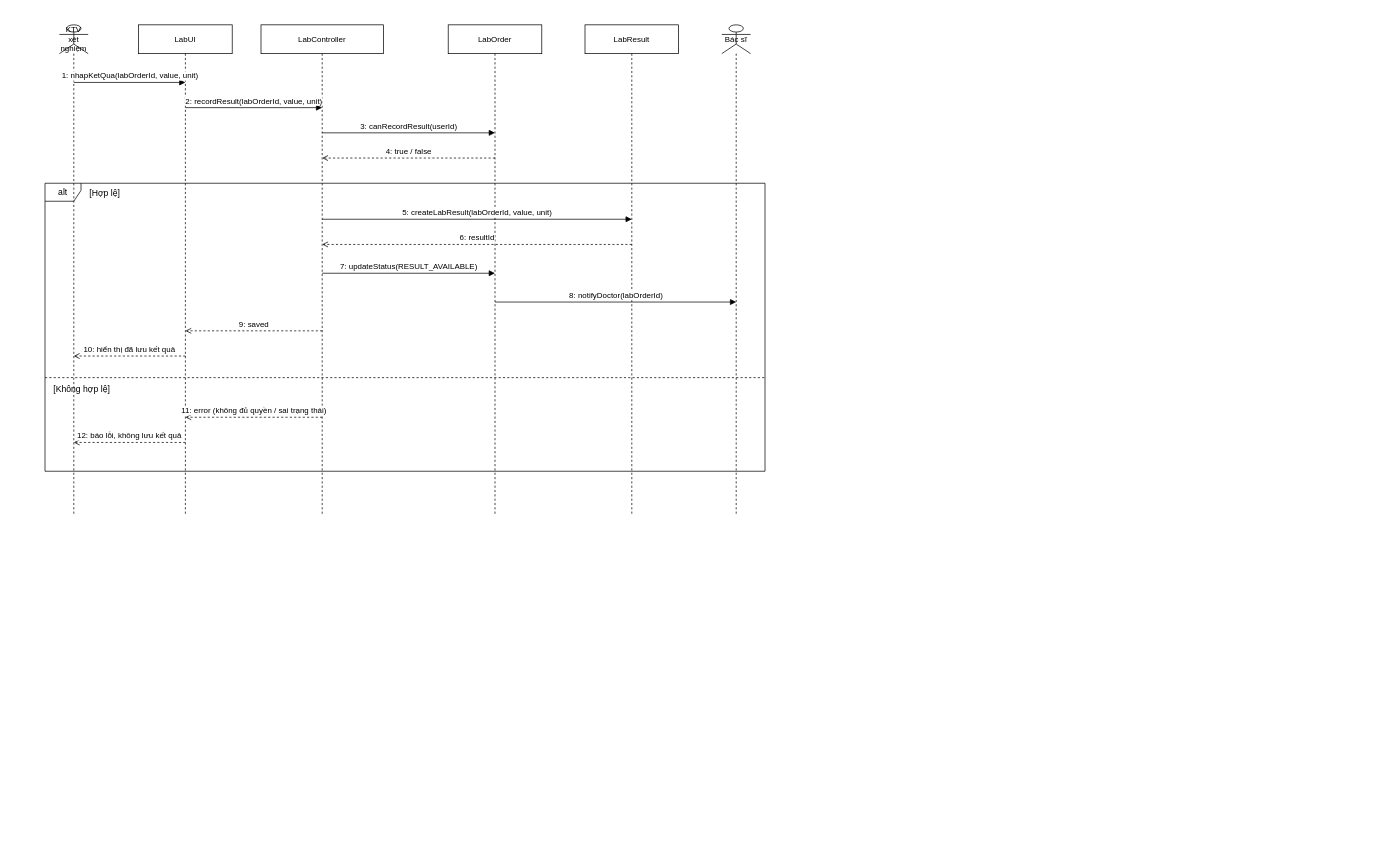
The draw.io diagram 04-TuanTu/SD_NhapKetQua.drawio in YiTang-159/DAPTTKHDT, before the edit. Source tidied: cells renumbered, new cells numbered last; positions are measured from the earlier drawing's top-left corner, leaving out a move shared by most shapes. Both pictures are drawn from the tidied source at 72%, with x=0, y=0 at pixel (45, 24).
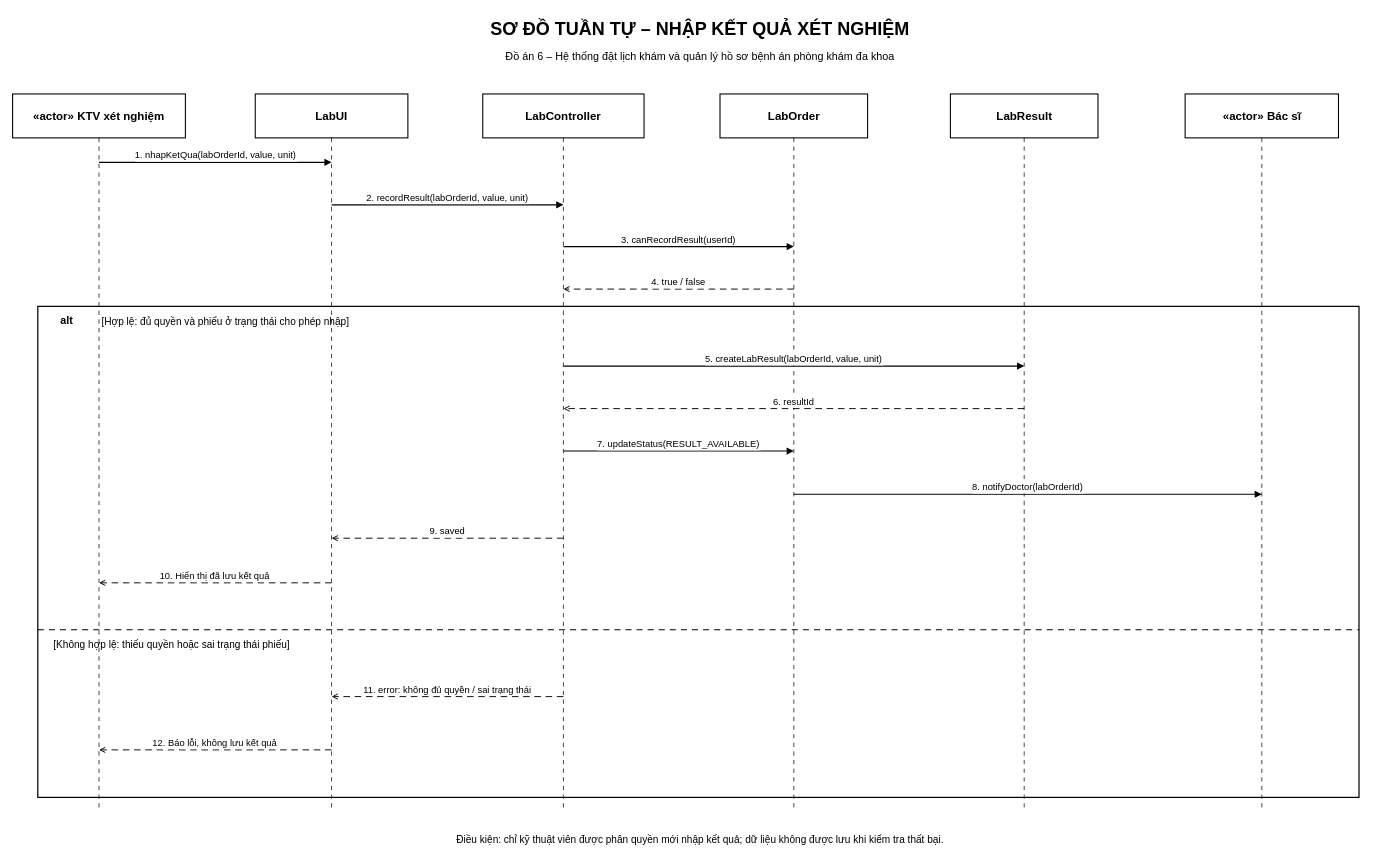
Above is the later version.

Change to the diagram source:
```diff
@@
-<mxGraphModel>
+<mxGraphModel background="#FFFFFF">
@@
-    <mxCell id="2" value="KTV xét nghiệm" style="shape=umlLifeline;perimeter=lifelinePerimeter;whiteSpace=wrap;html=1;size=40;fontSize=11;participant=umlActor;" parent="1" vertex="1">
-      <mxGeometry x="20" width="40" height="680" as="geometry" />
-    </mxCell>
+    <mxCell id="24" value="SƠ ĐỒ TUẦN TỰ – NHẬP KẾT QUẢ XÉT NGHIỆM" style="text;whiteSpace=wrap;html=0;align=center;verticalAlign=middle;strokeColor=none;fillColor=none;fontColor=#000000;fontFamily=Arial;fontSize=25;fontStyle=1;" parent="1" vertex="1">
+      <mxGeometry x="240" y="-17" width="1340" height="44" as="geometry" />
+    </mxCell>
+    <mxCell id="25" value="Đồ án 6 – Hệ thống đặt lịch khám và quản lý hồ sơ bệnh án phòng khám đa khoa" style="text;whiteSpace=wrap;html=0;align=center;verticalAlign=middle;strokeColor=none;fillColor=none;fontColor=#000000;fontFamily=Arial;fontSize=15;" parent="1" vertex="1">
+      <mxGeometry x="280" y="29" width="1260" height="28" as="geometry" />
+    </mxCell>
+    <mxCell id="26" style="rounded=0;html=0;fillColor=none;strokeColor=#000000;strokeWidth=1.7;" parent="1" vertex="1">
+      <mxGeometry x="-10" y="391" width="1835" height="682" as="geometry" />
+    </mxCell>
+    <mxCell id="8" value="alt" style="text;html=0;align=center;verticalAlign=middle;fontColor=#000000;fontFamily=Arial;fontSize=15;fontStyle=1;strokeColor=none;fillColor=#FFFFFF;" parent="1" vertex="1">
+      <mxGeometry x="-2" y="395" width="65" height="29" as="geometry" />
+    </mxCell>
+    <mxCell id="27" value="[Hợp lệ: đủ quyền và phiếu ở trạng thái cho phép nhập]" style="text;html=0;align=left;verticalAlign=middle;fontColor=#000000;fontFamily=Arial;fontSize=14;strokeColor=none;fillColor=none;" parent="1" vertex="1">
+      <mxGeometry x="77" y="398" width="770" height="28" as="geometry" />
+    </mxCell>
+    <mxCell id="28" style="endArrow=none;dashed=1;dashPattern=6 5;html=0;strokeColor=#000000;strokeWidth=1.4;" parent="1" edge="1">
+      <mxGeometry relative="1" as="geometry">
+        <mxPoint x="-10" y="840" as="sourcePoint" />
+        <mxPoint x="1825" y="840" as="targetPoint" />
+      </mxGeometry>
+    </mxCell>
+    <mxCell id="29" value="[Không hợp lệ: thiếu quyền hoặc sai trạng thái phiếu]" style="text;html=0;align=left;verticalAlign=middle;fontColor=#000000;fontFamily=Arial;fontSize=14;strokeColor=none;fillColor=none;" parent="1" vertex="1">
+      <mxGeometry x="10" y="846" width="770" height="28" as="geometry" />
+    </mxCell>
+    <mxCell id="30" value="«actor» KTV xét nghiệm" style="rounded=0;whiteSpace=wrap;html=0;align=center;verticalAlign=middle;fontFamily=Arial;fontSize=16;fontStyle=1;fontColor=#000000;fillColor=#FFFFFF;strokeColor=#000000;strokeWidth=1.5;" parent="1" vertex="1">
+      <mxGeometry x="-45" y="96" width="240" height="61" as="geometry" />
+    </mxCell>
+    <mxCell id="31" style="endArrow=none;dashed=1;dashPattern=6 6;html=0;strokeColor=#000000;strokeWidth=1;" parent="1" edge="1">
+      <mxGeometry relative="1" as="geometry">
+        <mxPoint x="75" y="157" as="sourcePoint" />
+        <mxPoint x="75" y="1091" as="targetPoint" />
+      </mxGeometry>
+    </mxCell>
-    <mxCell id="3" value="LabUI" style="shape=umlLifeline;perimeter=lifelinePerimeter;whiteSpace=wrap;html=1;size=40;fontSize=11;" parent="1" vertex="1">
-      <mxGeometry x="130" width="130" height="680" as="geometry" />
+    <mxCell id="3" value="LabUI" style="rounded=0;whiteSpace=wrap;html=0;align=center;verticalAlign=middle;fontFamily=Arial;fontSize=16;fontStyle=1;fontColor=#000000;fillColor=#FFFFFF;strokeColor=#000000;strokeWidth=1.5;" parent="1" vertex="1">
+      <mxGeometry x="292" y="96" width="212" height="61" as="geometry" />
     </mxCell>
+    <mxCell id="32" style="endArrow=none;dashed=1;dashPattern=6 6;html=0;strokeColor=#000000;strokeWidth=1;" parent="1" edge="1">
+      <mxGeometry relative="1" as="geometry">
+        <mxPoint x="398" y="157" as="sourcePoint" />
+        <mxPoint x="398" y="1091" as="targetPoint" />
+      </mxGeometry>
+    </mxCell>
-    <mxCell id="4" value="LabController" style="shape=umlLifeline;perimeter=lifelinePerimeter;whiteSpace=wrap;html=1;size=40;fontSize=11;" parent="1" vertex="1">
-      <mxGeometry x="300" width="170" height="680" as="geometry" />
+    <mxCell id="4" value="LabController" style="rounded=0;whiteSpace=wrap;html=0;align=center;verticalAlign=middle;fontFamily=Arial;fontSize=16;fontStyle=1;fontColor=#000000;fillColor=#FFFFFF;strokeColor=#000000;strokeWidth=1.5;" parent="1" vertex="1">
+      <mxGeometry x="608" y="96" width="224" height="61" as="geometry" />
     </mxCell>
+    <mxCell id="33" style="endArrow=none;dashed=1;dashPattern=6 6;html=0;strokeColor=#000000;strokeWidth=1;" parent="1" edge="1">
+      <mxGeometry relative="1" as="geometry">
+        <mxPoint x="720" y="157" as="sourcePoint" />
+        <mxPoint x="720" y="1091" as="targetPoint" />
+      </mxGeometry>
+    </mxCell>
-    <mxCell id="5" value="LabOrder" style="shape=umlLifeline;perimeter=lifelinePerimeter;whiteSpace=wrap;html=1;size=40;fontSize=11;" parent="1" vertex="1">
-      <mxGeometry x="560" width="130" height="680" as="geometry" />
+    <mxCell id="5" value="LabOrder" style="rounded=0;whiteSpace=wrap;html=0;align=center;verticalAlign=middle;fontFamily=Arial;fontSize=16;fontStyle=1;fontColor=#000000;fillColor=#FFFFFF;strokeColor=#000000;strokeWidth=1.5;" parent="1" vertex="1">
+      <mxGeometry x="937.5" y="96" width="205" height="61" as="geometry" />
     </mxCell>
+    <mxCell id="34" style="endArrow=none;dashed=1;dashPattern=6 6;html=0;strokeColor=#000000;strokeWidth=1;" parent="1" edge="1">
+      <mxGeometry relative="1" as="geometry">
+        <mxPoint x="1040" y="157" as="sourcePoint" />
+        <mxPoint x="1040" y="1091" as="targetPoint" />
+      </mxGeometry>
+    </mxCell>
-    <mxCell id="6" value="LabResult" style="shape=umlLifeline;perimeter=lifelinePerimeter;whiteSpace=wrap;html=1;size=40;fontSize=11;" parent="1" vertex="1">
-      <mxGeometry x="750" width="130" height="680" as="geometry" />
+    <mxCell id="6" value="LabResult" style="rounded=0;whiteSpace=wrap;html=0;align=center;verticalAlign=middle;fontFamily=Arial;fontSize=16;fontStyle=1;fontColor=#000000;fillColor=#FFFFFF;strokeColor=#000000;strokeWidth=1.5;" parent="1" vertex="1">
+      <mxGeometry x="1257.5" y="96" width="205" height="61" as="geometry" />
     </mxCell>
-    <mxCell id="7" value="Bác sĩ" style="shape=umlLifeline;perimeter=lifelinePerimeter;whiteSpace=wrap;html=1;size=40;fontSize=11;participant=umlActor;" parent="1" vertex="1">
-      <mxGeometry x="940" width="40" height="680" as="geometry" />
-    </mxCell>
-    <mxCell id="8" value="alt" style="shape=umlFrame;whiteSpace=wrap;html=1;width=50;height=25;fillColor=none;" parent="1" vertex="1">
-      <mxGeometry y="220" width="1000" height="400" as="geometry" />
-    </mxCell>
-    <mxCell id="9" value="[Hợp lệ]" style="text;html=1;align=left;verticalAlign=middle;" parent="1" vertex="1">
-      <mxGeometry x="60" y="222" width="200" height="24" as="geometry" />
-    </mxCell>
-    <mxCell id="10" value="[Không hợp lệ]" style="text;html=1;align=left;verticalAlign=middle;" parent="1" vertex="1">
-      <mxGeometry x="10" y="494" width="200" height="24" as="geometry" />
-    </mxCell>
-    <mxCell id="11" style="endArrow=none;dashed=1;html=1;" parent="1" edge="1">
-      <mxGeometry relative="1" as="geometry">
-        <mxPoint y="490" as="sourcePoint" />
-        <mxPoint x="1000" y="490" as="targetPoint" />
-      </mxGeometry>
-    </mxCell>
-    <mxCell id="12" value="1: nhapKetQua(labOrderId, value, unit)" style="html=1;verticalAlign=bottom;fontSize=11;endArrow=block;endFill=1;" parent="1" edge="1">
-      <mxGeometry relative="1" as="geometry">
-        <mxPoint x="40" y="80" as="sourcePoint" />
-        <mxPoint x="195" y="80" as="targetPoint" />
-      </mxGeometry>
-    </mxCell>
-    <mxCell id="13" value="2: recordResult(labOrderId, value, unit)" style="html=1;verticalAlign=bottom;fontSize=11;endArrow=block;endFill=1;" parent="1" edge="1">
-      <mxGeometry relative="1" as="geometry">
-        <mxPoint x="195" y="115" as="sourcePoint" />
-        <mxPoint x="385" y="115" as="targetPoint" />
-      </mxGeometry>
-    </mxCell>
-    <mxCell id="14" value="3: canRecordResult(userId)" style="html=1;verticalAlign=bottom;fontSize=11;endArrow=block;endFill=1;" parent="1" edge="1">
-      <mxGeometry relative="1" as="geometry">
-        <mxPoint x="385" y="150" as="sourcePoint" />
-        <mxPoint x="625" y="150" as="targetPoint" />
-      </mxGeometry>
-    </mxCell>
-    <mxCell id="15" value="4: true / false" style="html=1;verticalAlign=bottom;fontSize=11;dashed=1;endArrow=open;endFill=0;" parent="1" edge="1">
-      <mxGeometry relative="1" as="geometry">
-        <mxPoint x="625" y="185" as="sourcePoint" />
-        <mxPoint x="385" y="185" as="targetPoint" />
-      </mxGeometry>
-    </mxCell>
-    <mxCell id="16" value="5: createLabResult(labOrderId, value, unit)" style="html=1;verticalAlign=bottom;fontSize=11;endArrow=block;endFill=1;" parent="1" edge="1">
-      <mxGeometry relative="1" as="geometry">
-        <mxPoint x="385" y="270" as="sourcePoint" />
-        <mxPoint x="815" y="270" as="targetPoint" />
-      </mxGeometry>
-    </mxCell>
-    <mxCell id="17" value="6: resultId" style="html=1;verticalAlign=bottom;fontSize=11;dashed=1;endArrow=open;endFill=0;" parent="1" edge="1">
-      <mxGeometry relative="1" as="geometry">
-        <mxPoint x="815" y="305" as="sourcePoint" />
-        <mxPoint x="385" y="305" as="targetPoint" />
-      </mxGeometry>
-    </mxCell>
-    <mxCell id="18" value="7: updateStatus(RESULT_AVAILABLE)" style="html=1;verticalAlign=bottom;fontSize=11;endArrow=block;endFill=1;" parent="1" edge="1">
-      <mxGeometry relative="1" as="geometry">
-        <mxPoint x="385" y="345" as="sourcePoint" />
-        <mxPoint x="625" y="345" as="targetPoint" />
-      </mxGeometry>
-    </mxCell>
-    <mxCell id="19" value="8: notifyDoctor(labOrderId)" style="html=1;verticalAlign=bottom;fontSize=11;endArrow=block;endFill=1;" parent="1" edge="1">
-      <mxGeometry relative="1" as="geometry">
-        <mxPoint x="625" y="385" as="sourcePoint" />
-        <mxPoint x="960" y="385" as="targetPoint" />
-      </mxGeometry>
-    </mxCell>
-    <mxCell id="20" value="9: saved" style="html=1;verticalAlign=bottom;fontSize=11;dashed=1;endArrow=open;endFill=0;" parent="1" edge="1">
-      <mxGeometry relative="1" as="geometry">
-        <mxPoint x="385" y="425" as="sourcePoint" />
-        <mxPoint x="195" y="425" as="targetPoint" />
-      </mxGeometry>
-    </mxCell>
-    <mxCell id="21" value="10: hiển thị đã lưu kết quả" style="html=1;verticalAlign=bottom;fontSize=11;dashed=1;endArrow=open;endFill=0;" parent="1" edge="1">
-      <mxGeometry relative="1" as="geometry">
-        <mxPoint x="195" y="460" as="sourcePoint" />
-        <mxPoint x="40" y="460" as="targetPoint" />
-      </mxGeometry>
-    </mxCell>
-    <mxCell id="22" value="11: error (không đủ quyền / sai trạng thái)" style="html=1;verticalAlign=bottom;fontSize=11;dashed=1;endArrow=open;endFill=0;" parent="1" edge="1">
-      <mxGeometry relative="1" as="geometry">
-        <mxPoint x="385" y="545" as="sourcePoint" />
-        <mxPoint x="195" y="545" as="targetPoint" />
-      </mxGeometry>
-    </mxCell>
-    <mxCell id="23" value="12: báo lỗi, không lưu kết quả" style="html=1;verticalAlign=bottom;fontSize=11;dashed=1;endArrow=open;endFill=0;" parent="1" edge="1">
-      <mxGeometry relative="1" as="geometry">
-        <mxPoint x="195" y="580" as="sourcePoint" />
-        <mxPoint x="40" y="580" as="targetPoint" />
-      </mxGeometry>
-    </mxCell>
+    <mxCell id="35" style="endArrow=none;dashed=1;dashPattern=6 6;html=0;strokeColor=#000000;strokeWidth=1;" parent="1" edge="1">
+      <mxGeometry relative="1" as="geometry">
+        <mxPoint x="1360" y="157" as="sourcePoint" />
+        <mxPoint x="1360" y="1091" as="targetPoint" />
+      </mxGeometry>
+    </mxCell>
+    <mxCell id="36" value="«actor» Bác sĩ" style="rounded=0;whiteSpace=wrap;html=0;align=center;verticalAlign=middle;fontFamily=Arial;fontSize=16;fontStyle=1;fontColor=#000000;fillColor=#FFFFFF;strokeColor=#000000;strokeWidth=1.5;" parent="1" vertex="1">
+      <mxGeometry x="1583.5" y="96" width="213" height="61" as="geometry" />
+    </mxCell>
+    <mxCell id="37" style="endArrow=none;dashed=1;dashPattern=6 6;html=0;strokeColor=#000000;strokeWidth=1;" parent="1" edge="1">
+      <mxGeometry relative="1" as="geometry">
+        <mxPoint x="1690" y="157" as="sourcePoint" />
+        <mxPoint x="1690" y="1091" as="targetPoint" />
+      </mxGeometry>
+    </mxCell>
+    <mxCell id="38" value="1. nhapKetQua(labOrderId, value, unit)" style="endArrow=block;endFill=1;html=0;strokeColor=#000000;strokeWidth=1.5;fontColor=#000000;fontFamily=Arial;fontSize=13;labelBackgroundColor=#FFFFFF;verticalAlign=bottom;" parent="1" edge="1">
+      <mxGeometry relative="1" as="geometry">
+        <mxPoint x="75" y="191" as="sourcePoint" />
+        <mxPoint x="398" y="191" as="targetPoint" />
+      </mxGeometry>
+    </mxCell>
+    <mxCell id="39" value="2. recordResult(labOrderId, value, unit)" style="endArrow=block;endFill=1;html=0;strokeColor=#000000;strokeWidth=1.5;fontColor=#000000;fontFamily=Arial;fontSize=13;labelBackgroundColor=#FFFFFF;verticalAlign=bottom;" parent="1" edge="1">
+      <mxGeometry relative="1" as="geometry">
+        <mxPoint x="398" y="250" as="sourcePoint" />
+        <mxPoint x="720" y="250" as="targetPoint" />
+      </mxGeometry>
+    </mxCell>
+    <mxCell id="40" value="3. canRecordResult(userId)" style="endArrow=block;endFill=1;html=0;strokeColor=#000000;strokeWidth=1.5;fontColor=#000000;fontFamily=Arial;fontSize=13;labelBackgroundColor=#FFFFFF;verticalAlign=bottom;" parent="1" edge="1">
+      <mxGeometry relative="1" as="geometry">
+        <mxPoint x="720" y="308" as="sourcePoint" />
+        <mxPoint x="1040" y="308" as="targetPoint" />
+      </mxGeometry>
+    </mxCell>
+    <mxCell id="41" value="4. true / false" style="endArrow=open;endFill=0;dashed=1;dashPattern=7 5;html=0;strokeColor=#000000;strokeWidth=1.3;fontColor=#000000;fontFamily=Arial;fontSize=13;labelBackgroundColor=#FFFFFF;verticalAlign=bottom;" parent="1" edge="1">
+      <mxGeometry relative="1" as="geometry">
+        <mxPoint x="1040" y="367" as="sourcePoint" />
+        <mxPoint x="720" y="367" as="targetPoint" />
+      </mxGeometry>
+    </mxCell>
+    <mxCell id="42" value="5. createLabResult(labOrderId, value, unit)" style="endArrow=block;endFill=1;html=0;strokeColor=#000000;strokeWidth=1.5;fontColor=#000000;fontFamily=Arial;fontSize=13;labelBackgroundColor=#FFFFFF;verticalAlign=bottom;" parent="1" edge="1">
+      <mxGeometry relative="1" as="geometry">
+        <mxPoint x="720" y="474" as="sourcePoint" />
+        <mxPoint x="1360" y="474" as="targetPoint" />
+      </mxGeometry>
+    </mxCell>
+    <mxCell id="43" value="6. resultId" style="endArrow=open;endFill=0;dashed=1;dashPattern=7 5;html=0;strokeColor=#000000;strokeWidth=1.3;fontColor=#000000;fontFamily=Arial;fontSize=13;labelBackgroundColor=#FFFFFF;verticalAlign=bottom;" parent="1" edge="1">
+      <mxGeometry relative="1" as="geometry">
+        <mxPoint x="1360" y="533" as="sourcePoint" />
+        <mxPoint x="720" y="533" as="targetPoint" />
+      </mxGeometry>
+    </mxCell>
+    <mxCell id="44" value="7. updateStatus(RESULT_AVAILABLE)" style="endArrow=block;endFill=1;html=0;strokeColor=#000000;strokeWidth=1.5;fontColor=#000000;fontFamily=Arial;fontSize=13;labelBackgroundColor=#FFFFFF;verticalAlign=bottom;" parent="1" edge="1">
+      <mxGeometry relative="1" as="geometry">
+        <mxPoint x="720" y="592" as="sourcePoint" />
+        <mxPoint x="1040" y="592" as="targetPoint" />
+      </mxGeometry>
+    </mxCell>
+    <mxCell id="45" value="8. notifyDoctor(labOrderId)" style="endArrow=block;endFill=1;html=0;strokeColor=#000000;strokeWidth=1.5;fontColor=#000000;fontFamily=Arial;fontSize=13;labelBackgroundColor=#FFFFFF;verticalAlign=bottom;" parent="1" edge="1">
+      <mxGeometry relative="1" as="geometry">
+        <mxPoint x="1040" y="652" as="sourcePoint" />
+        <mxPoint x="1690" y="652" as="targetPoint" />
+      </mxGeometry>
+    </mxCell>
+    <mxCell id="46" value="9. saved" style="endArrow=open;endFill=0;dashed=1;dashPattern=7 5;html=0;strokeColor=#000000;strokeWidth=1.3;fontColor=#000000;fontFamily=Arial;fontSize=13;labelBackgroundColor=#FFFFFF;verticalAlign=bottom;" parent="1" edge="1">
+      <mxGeometry relative="1" as="geometry">
+        <mxPoint x="720" y="713" as="sourcePoint" />
+        <mxPoint x="398" y="713" as="targetPoint" />
+      </mxGeometry>
+    </mxCell>
+    <mxCell id="47" value="10. Hiển thị đã lưu kết quả" style="endArrow=open;endFill=0;dashed=1;dashPattern=7 5;html=0;strokeColor=#000000;strokeWidth=1.3;fontColor=#000000;fontFamily=Arial;fontSize=13;labelBackgroundColor=#FFFFFF;verticalAlign=bottom;" parent="1" edge="1">
+      <mxGeometry relative="1" as="geometry">
+        <mxPoint x="398" y="775" as="sourcePoint" />
+        <mxPoint x="75" y="775" as="targetPoint" />
+      </mxGeometry>
+    </mxCell>
+    <mxCell id="48" value="11. error: không đủ quyền / sai trạng thái" style="endArrow=open;endFill=0;dashed=1;dashPattern=7 5;html=0;strokeColor=#000000;strokeWidth=1.3;fontColor=#000000;fontFamily=Arial;fontSize=13;labelBackgroundColor=#FFFFFF;verticalAlign=bottom;" parent="1" edge="1">
+      <mxGeometry relative="1" as="geometry">
+        <mxPoint x="720" y="933" as="sourcePoint" />
+        <mxPoint x="398" y="933" as="targetPoint" />
+      </mxGeometry>
+    </mxCell>
+    <mxCell id="49" value="12. Báo lỗi, không lưu kết quả" style="endArrow=open;endFill=0;dashed=1;dashPattern=7 5;html=0;strokeColor=#000000;strokeWidth=1.3;fontColor=#000000;fontFamily=Arial;fontSize=13;labelBackgroundColor=#FFFFFF;verticalAlign=bottom;" parent="1" edge="1">
+      <mxGeometry relative="1" as="geometry">
+        <mxPoint x="398" y="1007" as="sourcePoint" />
+        <mxPoint x="75" y="1007" as="targetPoint" />
+      </mxGeometry>
+    </mxCell>
+    <mxCell id="50" value="Điều kiện: chỉ kỹ thuật viên được phân quyền mới nhập kết quả; dữ liệu không được lưu khi kiểm tra thất bại." style="text;whiteSpace=wrap;html=0;align=center;verticalAlign=middle;strokeColor=none;fillColor=none;fontColor=#000000;fontFamily=Arial;fontSize=14;" parent="1" vertex="1">
+      <mxGeometry x="90" y="1116" width="1640" height="31" as="geometry" />
+    </mxCell>
```
